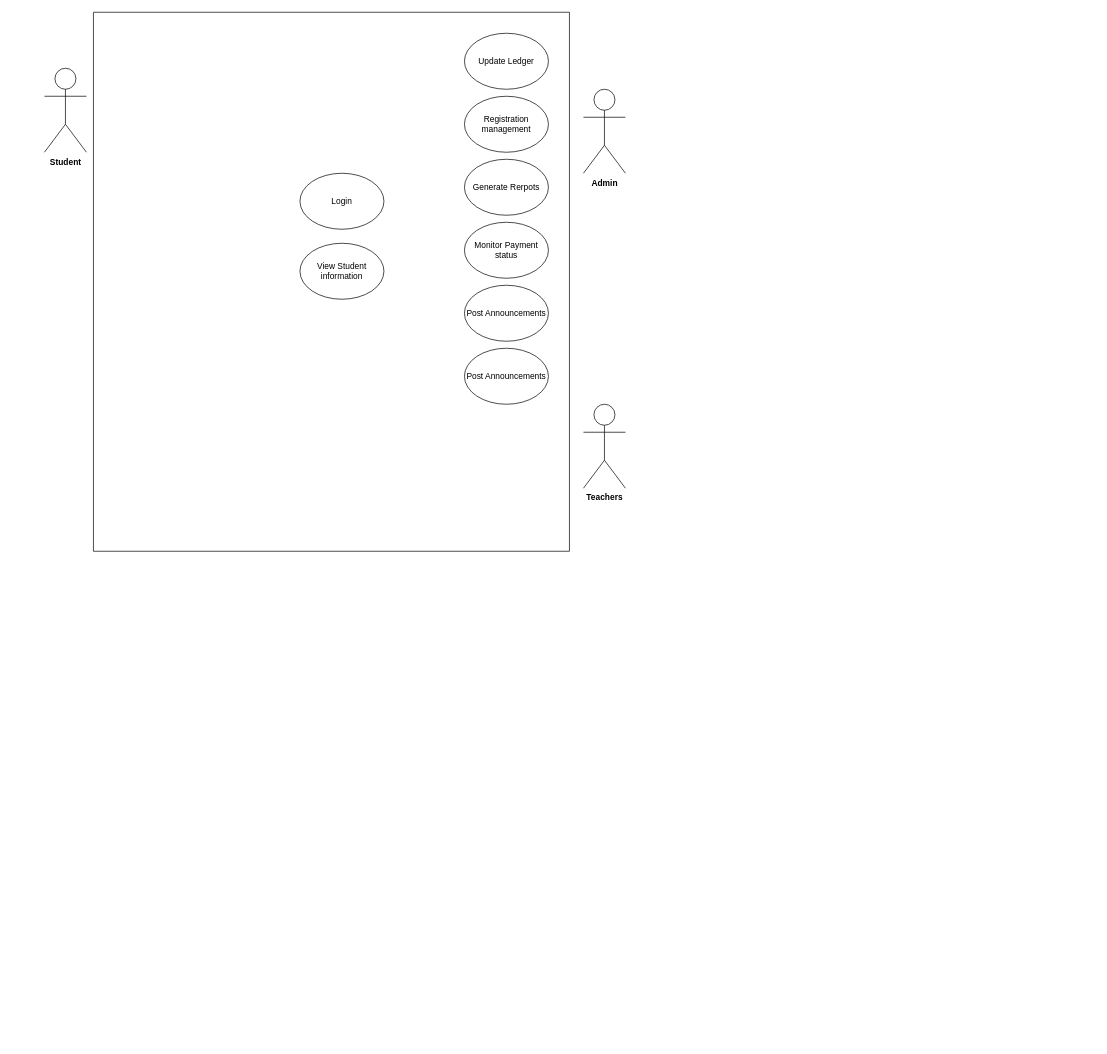
This is Untitled Diagram.drawio from 20231101501/Website-101, a draw.io file, before an edit. Source tidied: cells renumbered, new cells numbered last; positions are measured from the earlier drawing's top-left corner, leaving out a move shared by most shapes. Both pictures are drawn from the tidied source at 70%, with x=0, y=0 at pixel (44, 12).
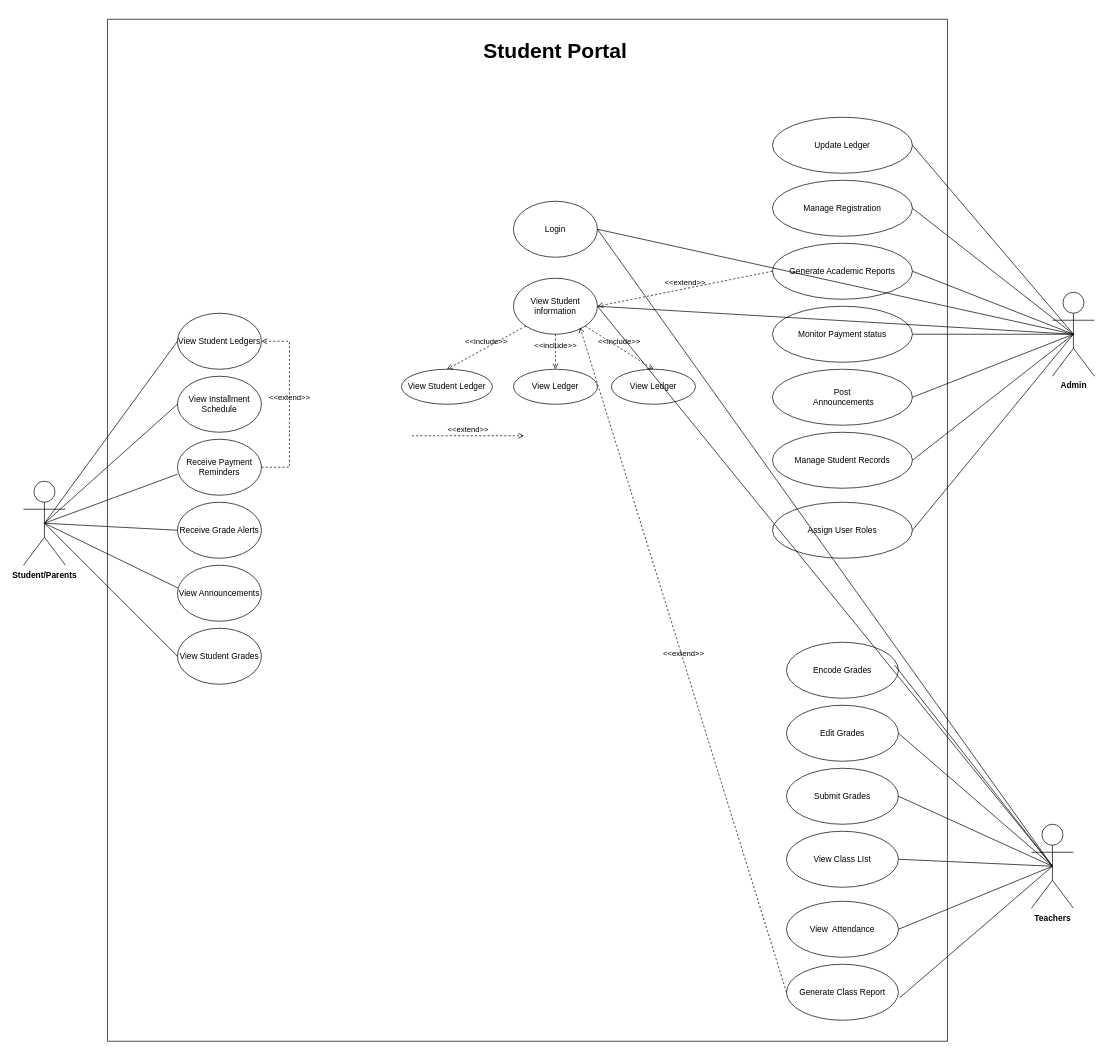
The same page after the edit.

The edit, as a diff of the source:
```diff
@@
-    <mxCell id="2" style="swimlane;startSize=0;" parent="1" vertex="1">
-      <mxGeometry x="70" width="680" height="770" as="geometry" />
+    <mxCell id="2" style="swimlane;startSize=0;labelBackgroundColor=none;fillColor=none;swimlaneLine=1;strokeColor=default;" parent="1" vertex="1">
+      <mxGeometry x="90" y="10" width="1200" height="1460" as="geometry" />
     </mxCell>
-    <mxCell id="3" value="Login" style="ellipse;whiteSpace=wrap;html=1;" parent="2" vertex="1">
-      <mxGeometry x="295" y="230" width="120" height="80" as="geometry" />
-    </mxCell>
-    <mxCell id="4" value="View Student information" style="ellipse;whiteSpace=wrap;html=1;" parent="2" vertex="1">
-      <mxGeometry x="295" y="330" width="120" height="80" as="geometry" />
-    </mxCell>
+    <mxCell id="14" value="&lt;font style=&quot;font-size: 30px;&quot;&gt;&lt;b&gt;Student Portal&lt;/b&gt;&lt;/font&gt;" style="text;html=1;whiteSpace=wrap;strokeColor=none;fillColor=none;align=center;verticalAlign=middle;rounded=0;" parent="2" vertex="1">
+      <mxGeometry x="520" y="30" width="240" height="30" as="geometry" />
+    </mxCell>
+    <mxCell id="15" style="group;" parent="2" vertex="1">
+      <mxGeometry x="950" y="140" width="200" height="630" as="geometry" />
+    </mxCell>
-    <mxCell id="5" value="Update Ledger" style="ellipse;whiteSpace=wrap;html=1;" parent="2" vertex="1">
-      <mxGeometry x="530" y="30" width="120" height="80" as="geometry" />
+    <mxCell id="5" value="Update Ledger" style="ellipse;whiteSpace=wrap;html=1;" parent="15" vertex="1">
+      <mxGeometry width="200" height="80" as="geometry" />
     </mxCell>
-    <mxCell id="6" value="Registration management" style="ellipse;whiteSpace=wrap;html=1;" parent="2" vertex="1">
-      <mxGeometry x="530" y="120" width="120" height="80" as="geometry" />
+    <mxCell id="6" value="Manage Registration" style="ellipse;whiteSpace=wrap;html=1;" parent="15" vertex="1">
+      <mxGeometry y="90" width="200" height="80" as="geometry" />
     </mxCell>
-    <mxCell id="7" value="Generate Rerpots" style="ellipse;whiteSpace=wrap;html=1;" parent="2" vertex="1">
-      <mxGeometry x="530" y="210" width="120" height="80" as="geometry" />
+    <mxCell id="7" value="Generate Academic Reports" style="ellipse;whiteSpace=wrap;html=1;" parent="15" vertex="1">
+      <mxGeometry y="180" width="200" height="80" as="geometry" />
     </mxCell>
-    <mxCell id="8" value="Monitor Payment status" style="ellipse;whiteSpace=wrap;html=1;" parent="2" vertex="1">
-      <mxGeometry x="530" y="300" width="120" height="80" as="geometry" />
+    <mxCell id="8" value="Monitor Payment status" style="ellipse;whiteSpace=wrap;html=1;" parent="15" vertex="1">
+      <mxGeometry y="270" width="200" height="80" as="geometry" />
     </mxCell>
-    <mxCell id="9" value="Post Announcements" style="ellipse;whiteSpace=wrap;html=1;" parent="2" vertex="1">
-      <mxGeometry x="530" y="390" width="120" height="80" as="geometry" />
+    <mxCell id="9" value="Post&lt;div&gt;&lt;span style=&quot;background-color: transparent; color: light-dark(rgb(0, 0, 0), rgb(255, 255, 255));&quot;&gt;&amp;nbsp;Announcements&lt;/span&gt;&lt;/div&gt;" style="ellipse;whiteSpace=wrap;html=1;" parent="15" vertex="1">
+      <mxGeometry y="360" width="200" height="80" as="geometry" />
     </mxCell>
-    <mxCell id="10" value="Post Announcements" style="ellipse;whiteSpace=wrap;html=1;" parent="2" vertex="1">
-      <mxGeometry x="530" y="480" width="120" height="80" as="geometry" />
+    <mxCell id="10" value="Manage Student Records" style="ellipse;whiteSpace=wrap;html=1;" parent="15" vertex="1">
+      <mxGeometry y="450" width="200" height="80" as="geometry" />
     </mxCell>
+    <mxCell id="16" value="Assign User Roles" style="ellipse;whiteSpace=wrap;html=1;" parent="15" vertex="1">
+      <mxGeometry y="550" width="200" height="80" as="geometry" />
+    </mxCell>
+    <mxCell id="17" style="group;" parent="2" vertex="1">
+      <mxGeometry x="580" y="260" width="120" height="190" as="geometry" />
+    </mxCell>
+    <mxCell id="3" value="Login" style="ellipse;whiteSpace=wrap;html=1;" parent="17" vertex="1">
+      <mxGeometry width="120" height="80" as="geometry" />
+    </mxCell>
+    <mxCell id="4" value="View Student information" style="ellipse;whiteSpace=wrap;html=1;" parent="17" vertex="1">
+      <mxGeometry y="110" width="120" height="80" as="geometry" />
+    </mxCell>
+    <mxCell id="18" style="group;" parent="2" vertex="1">
+      <mxGeometry x="970" y="890" width="160" height="540" as="geometry" />
+    </mxCell>
+    <mxCell id="19" value="View&amp;nbsp; Attendance" style="ellipse;whiteSpace=wrap;html=1;" parent="18" vertex="1">
+      <mxGeometry y="370" width="160" height="80" as="geometry" />
+    </mxCell>
+    <mxCell id="20" value="Generate Class Report" style="ellipse;whiteSpace=wrap;html=1;" parent="18" vertex="1">
+      <mxGeometry y="460" width="160" height="80" as="geometry" />
+    </mxCell>
+    <mxCell id="21" value="Edit Grades" style="ellipse;whiteSpace=wrap;html=1;" parent="18" vertex="1">
+      <mxGeometry y="90" width="160" height="80" as="geometry" />
+    </mxCell>
+    <mxCell id="22" value="Submit Grades" style="ellipse;whiteSpace=wrap;html=1;" parent="18" vertex="1">
+      <mxGeometry y="180" width="160" height="80" as="geometry" />
+    </mxCell>
+    <mxCell id="23" value="View Class LIst" style="ellipse;whiteSpace=wrap;html=1;" parent="18" vertex="1">
+      <mxGeometry y="270" width="160" height="80" as="geometry" />
+    </mxCell>
+    <mxCell id="24" value="Encode Grades" style="ellipse;whiteSpace=wrap;html=1;" parent="18" vertex="1">
+      <mxGeometry width="160" height="80" as="geometry" />
+    </mxCell>
+    <mxCell id="25" value="&amp;lt;&amp;lt;include&amp;gt;&amp;gt;" style="html=1;verticalAlign=bottom;labelBackgroundColor=none;endArrow=open;endFill=0;dashed=1;rounded=0;entryX=0.5;entryY=0;entryDx=0;entryDy=0;exitX=0;exitY=1;exitDx=0;exitDy=0;" parent="2" edge="1" source="4" target="27">
+      <mxGeometry relative="1" as="geometry" />
+    </mxCell>
+    <mxCell id="26" value="&amp;lt;&amp;lt;extend&amp;gt;&amp;gt;" style="html=1;verticalAlign=bottom;labelBackgroundColor=none;endArrow=open;endFill=0;dashed=1;rounded=0;" parent="2" edge="1">
+      <mxGeometry relative="1" as="geometry">
+        <mxPoint x="435" y="595" as="sourcePoint" />
+        <mxPoint x="595" y="595" as="targetPoint" />
+      </mxGeometry>
+    </mxCell>
+    <mxCell id="27" value="View Student Ledger" style="ellipse;whiteSpace=wrap;html=1;" parent="2" vertex="1">
+      <mxGeometry x="420" y="500" width="130" height="50" as="geometry" />
+    </mxCell>
+    <mxCell id="28" value="View Ledger" style="ellipse;whiteSpace=wrap;html=1;" parent="2" vertex="1">
+      <mxGeometry x="580" y="500" width="120" height="50" as="geometry" />
+    </mxCell>
+    <mxCell id="29" value="&amp;lt;&amp;lt;include&amp;gt;&amp;gt;" style="html=1;verticalAlign=bottom;labelBackgroundColor=none;endArrow=open;endFill=0;dashed=1;rounded=0;entryX=0.5;entryY=0;entryDx=0;entryDy=0;exitX=0.5;exitY=1;exitDx=0;exitDy=0;" parent="2" edge="1" source="4" target="28">
+      <mxGeometry relative="1" as="geometry" />
+    </mxCell>
+    <mxCell id="30" value="View Ledger" style="ellipse;whiteSpace=wrap;html=1;" parent="2" vertex="1">
+      <mxGeometry x="720" y="500" width="120" height="50" as="geometry" />
+    </mxCell>
+    <mxCell id="31" value="&amp;lt;&amp;lt;include&amp;gt;&amp;gt;" style="html=1;verticalAlign=bottom;labelBackgroundColor=none;endArrow=open;endFill=0;dashed=1;rounded=0;entryX=0.5;entryY=0;entryDx=0;entryDy=0;exitX=1;exitY=1;exitDx=0;exitDy=0;" parent="2" edge="1" source="4" target="30">
+      <mxGeometry relative="1" as="geometry" />
+    </mxCell>
+    <mxCell id="32" style="group;" parent="2" vertex="1">
+      <mxGeometry x="100" y="420" width="120" height="530" as="geometry" />
+    </mxCell>
+    <mxCell id="33" value="View Announcements" style="ellipse;whiteSpace=wrap;html=1;" parent="32" vertex="1">
+      <mxGeometry y="360" width="120" height="80" as="geometry" />
+    </mxCell>
+    <mxCell id="34" value="View Student Grades" style="ellipse;whiteSpace=wrap;html=1;" parent="32" vertex="1">
+      <mxGeometry y="450" width="120" height="80" as="geometry" />
+    </mxCell>
+    <mxCell id="35" value="View Installment Schedule" style="ellipse;whiteSpace=wrap;html=1;" parent="32" vertex="1">
+      <mxGeometry y="90" width="120" height="80" as="geometry" />
+    </mxCell>
+    <mxCell id="36" value="Receive Payment Reminders" style="ellipse;whiteSpace=wrap;html=1;" parent="32" vertex="1">
+      <mxGeometry y="180" width="120" height="80" as="geometry" />
+    </mxCell>
+    <mxCell id="37" value="Receive Grade Alerts" style="ellipse;whiteSpace=wrap;html=1;" parent="32" vertex="1">
+      <mxGeometry y="270" width="120" height="80" as="geometry" />
+    </mxCell>
+    <mxCell id="38" value="View Student Ledgers" style="ellipse;whiteSpace=wrap;html=1;" parent="32" vertex="1">
+      <mxGeometry width="120" height="80" as="geometry" />
+    </mxCell>
+    <mxCell id="39" value="&amp;lt;&amp;lt;extend&amp;gt;&amp;gt;" style="html=1;verticalAlign=bottom;labelBackgroundColor=none;endArrow=open;endFill=0;dashed=1;rounded=0;exitX=1;exitY=0.5;exitDx=0;exitDy=0;entryX=1;entryY=0.5;entryDx=0;entryDy=0;edgeStyle=orthogonalEdgeStyle;" parent="32" edge="1" source="36" target="38">
+      <mxGeometry relative="1" as="geometry">
+        <Array as="points">
+          <mxPoint x="160" y="220" />
+          <mxPoint x="160" y="40" />
+        </Array>
+      </mxGeometry>
+    </mxCell>
+    <mxCell id="40" value="&amp;lt;&amp;lt;extend&amp;gt;&amp;gt;" style="html=1;verticalAlign=bottom;labelBackgroundColor=none;endArrow=open;endFill=0;dashed=1;rounded=0;exitX=0;exitY=0.5;exitDx=0;exitDy=0;entryX=1;entryY=0.5;entryDx=0;entryDy=0;" parent="2" edge="1" source="7" target="4">
+      <mxGeometry relative="1" as="geometry" />
+    </mxCell>
+    <mxCell id="41" value="&amp;lt;&amp;lt;extend&amp;gt;&amp;gt;" style="html=1;verticalAlign=bottom;labelBackgroundColor=none;endArrow=open;endFill=0;dashed=1;rounded=0;exitX=0;exitY=0.5;exitDx=0;exitDy=0;" parent="2" edge="1" source="20">
+      <mxGeometry relative="1" as="geometry">
+        <mxPoint x="675" y="440" as="targetPoint" />
+      </mxGeometry>
+    </mxCell>
     <mxCell id="11" value="&lt;b&gt;Teachers&lt;/b&gt;" style="shape=umlActor;verticalLabelPosition=bottom;verticalAlign=top;html=1;outlineConnect=0;" parent="1" vertex="1">
-      <mxGeometry x="770" y="560" width="60" height="120" as="geometry" />
+      <mxGeometry x="1410" y="1160" width="60" height="120" as="geometry" />
     </mxCell>
     <mxCell id="12" value="&lt;b&gt;Admin&lt;/b&gt;" style="shape=umlActor;verticalLabelPosition=bottom;verticalAlign=top;html=1;outlineConnect=0;" parent="1" vertex="1">
-      <mxGeometry x="770" y="110" width="60" height="120" as="geometry" />
+      <mxGeometry x="1440" y="400" width="60" height="120" as="geometry" />
     </mxCell>
-    <mxCell id="13" value="&lt;b&gt;Student&lt;/b&gt;" style="shape=umlActor;verticalLabelPosition=bottom;verticalAlign=top;html=1;outlineConnect=0;" parent="1" vertex="1">
-      <mxGeometry y="80" width="60" height="120" as="geometry" />
+    <mxCell id="13" value="&lt;b&gt;Student/Parents&lt;/b&gt;" style="shape=umlActor;verticalLabelPosition=bottom;verticalAlign=top;html=1;outlineConnect=0;" parent="1" vertex="1">
+      <mxGeometry x="-30" y="670" width="60" height="120" as="geometry" />
     </mxCell>
+    <mxCell id="42" style="endArrow=none;html=1;rounded=0;entryX=0.5;entryY=0.5;entryDx=0;entryDy=0;entryPerimeter=0;exitX=1;exitY=0.5;exitDx=0;exitDy=0;" parent="1" edge="1" source="5" target="12">
+      <mxGeometry relative="1" as="geometry" />
+    </mxCell>
+    <mxCell id="43" style="endArrow=none;html=1;rounded=0;entryX=0.5;entryY=0.5;entryDx=0;entryDy=0;entryPerimeter=0;exitX=1;exitY=0.5;exitDx=0;exitDy=0;" parent="1" edge="1" source="6" target="12">
+      <mxGeometry relative="1" as="geometry" />
+    </mxCell>
+    <mxCell id="44" style="endArrow=none;html=1;rounded=0;exitX=1;exitY=0.5;exitDx=0;exitDy=0;entryX=0.5;entryY=0.5;entryDx=0;entryDy=0;entryPerimeter=0;" parent="1" edge="1" source="7" target="12">
+      <mxGeometry relative="1" as="geometry" />
+    </mxCell>
+    <mxCell id="45" style="endArrow=none;html=1;rounded=0;exitX=1;exitY=0.5;exitDx=0;exitDy=0;entryX=0.5;entryY=0.5;entryDx=0;entryDy=0;entryPerimeter=0;" parent="1" edge="1" source="8" target="12">
+      <mxGeometry relative="1" as="geometry" />
+    </mxCell>
+    <mxCell id="46" style="endArrow=none;html=1;rounded=0;exitX=1;exitY=0.5;exitDx=0;exitDy=0;entryX=0.5;entryY=0.5;entryDx=0;entryDy=0;entryPerimeter=0;" parent="1" edge="1" source="9" target="12">
+      <mxGeometry relative="1" as="geometry" />
+    </mxCell>
+    <mxCell id="47" style="endArrow=none;html=1;rounded=0;exitX=1;exitY=0.5;exitDx=0;exitDy=0;entryX=0.5;entryY=0.5;entryDx=0;entryDy=0;entryPerimeter=0;" parent="1" edge="1" source="10" target="12">
+      <mxGeometry relative="1" as="geometry" />
+    </mxCell>
+    <mxCell id="48" style="endArrow=none;html=1;rounded=0;exitX=1;exitY=0.5;exitDx=0;exitDy=0;entryX=0.5;entryY=0.5;entryDx=0;entryDy=0;entryPerimeter=0;" parent="1" edge="1" source="16" target="12">
+      <mxGeometry relative="1" as="geometry" />
+    </mxCell>
+    <mxCell id="49" style="endArrow=none;html=1;rounded=0;exitX=0.5;exitY=0.5;exitDx=0;exitDy=0;entryX=0.968;entryY=0.413;entryDx=0;entryDy=0;entryPerimeter=0;exitPerimeter=0;" parent="1" edge="1" source="11" target="24">
+      <mxGeometry relative="1" as="geometry" />
+    </mxCell>
+    <mxCell id="50" style="endArrow=none;html=1;rounded=0;exitX=1;exitY=0.5;exitDx=0;exitDy=0;entryX=0.5;entryY=0.5;entryDx=0;entryDy=0;entryPerimeter=0;" parent="1" edge="1" source="21" target="11">
+      <mxGeometry relative="1" as="geometry" />
+    </mxCell>
+    <mxCell id="51" style="endArrow=none;html=1;rounded=0;exitX=0.5;exitY=0.5;exitDx=0;exitDy=0;entryX=1;entryY=0.5;entryDx=0;entryDy=0;exitPerimeter=0;" parent="1" edge="1" source="11" target="22">
+      <mxGeometry relative="1" as="geometry" />
+    </mxCell>
+    <mxCell id="52" style="endArrow=none;html=1;rounded=0;exitX=1;exitY=0.5;exitDx=0;exitDy=0;entryX=0.5;entryY=0.5;entryDx=0;entryDy=0;entryPerimeter=0;" parent="1" edge="1" source="23" target="11">
+      <mxGeometry relative="1" as="geometry" />
+    </mxCell>
+    <mxCell id="53" style="endArrow=none;html=1;rounded=0;exitX=1;exitY=0.5;exitDx=0;exitDy=0;entryX=0.5;entryY=0.5;entryDx=0;entryDy=0;entryPerimeter=0;" parent="1" edge="1" source="19" target="11">
+      <mxGeometry relative="1" as="geometry" />
+    </mxCell>
+    <mxCell id="54" style="endArrow=none;html=1;rounded=0;exitX=1.01;exitY=0.6;exitDx=0;exitDy=0;entryX=0.5;entryY=0.5;entryDx=0;entryDy=0;entryPerimeter=0;exitPerimeter=0;" parent="1" edge="1" source="20" target="11">
+      <mxGeometry relative="1" as="geometry" />
+    </mxCell>
+    <mxCell id="55" style="endArrow=none;html=1;rounded=0;exitX=1;exitY=0.5;exitDx=0;exitDy=0;entryX=0.5;entryY=0.5;entryDx=0;entryDy=0;entryPerimeter=0;" parent="1" edge="1" source="3" target="12">
+      <mxGeometry relative="1" as="geometry" />
+    </mxCell>
+    <mxCell id="56" style="endArrow=none;html=1;rounded=0;exitX=1;exitY=0.5;exitDx=0;exitDy=0;entryX=0.5;entryY=0.5;entryDx=0;entryDy=0;entryPerimeter=0;" parent="1" edge="1" source="4" target="12">
+      <mxGeometry relative="1" as="geometry" />
+    </mxCell>
+    <mxCell id="57" style="endArrow=none;html=1;rounded=0;exitX=1;exitY=0.5;exitDx=0;exitDy=0;entryX=0.5;entryY=0.5;entryDx=0;entryDy=0;entryPerimeter=0;" parent="1" edge="1" source="3" target="11">
+      <mxGeometry relative="1" as="geometry" />
+    </mxCell>
+    <mxCell id="58" style="endArrow=none;html=1;rounded=0;exitX=1;exitY=0.5;exitDx=0;exitDy=0;entryX=0.5;entryY=0.5;entryDx=0;entryDy=0;entryPerimeter=0;" parent="1" edge="1" source="4" target="11">
+      <mxGeometry relative="1" as="geometry" />
+    </mxCell>
+    <mxCell id="59" style="endArrow=none;html=1;rounded=0;exitX=0.5;exitY=0.5;exitDx=0;exitDy=0;entryX=0;entryY=0.5;entryDx=0;entryDy=0;exitPerimeter=0;" parent="1" edge="1" source="13" target="35">
+      <mxGeometry relative="1" as="geometry" />
+    </mxCell>
+    <mxCell id="60" style="endArrow=none;html=1;rounded=0;exitX=0.5;exitY=0.5;exitDx=0;exitDy=0;exitPerimeter=0;" parent="1" edge="1" source="13">
+      <mxGeometry relative="1" as="geometry">
+        <mxPoint x="190" y="660" as="targetPoint" />
+      </mxGeometry>
+    </mxCell>
+    <mxCell id="61" style="endArrow=none;html=1;rounded=0;entryX=0;entryY=0.5;entryDx=0;entryDy=0;exitX=0.5;exitY=0.5;exitDx=0;exitDy=0;exitPerimeter=0;" parent="1" edge="1" source="13" target="37">
+      <mxGeometry relative="1" as="geometry" />
+    </mxCell>
+    <mxCell id="62" style="endArrow=none;html=1;rounded=0;exitX=0.5;exitY=0.5;exitDx=0;exitDy=0;entryX=0.006;entryY=0.406;entryDx=0;entryDy=0;entryPerimeter=0;exitPerimeter=0;" parent="1" edge="1" source="13" target="33">
+      <mxGeometry relative="1" as="geometry" />
+    </mxCell>
+    <mxCell id="63" style="endArrow=none;html=1;rounded=0;exitX=0.5;exitY=0.5;exitDx=0;exitDy=0;entryX=0;entryY=0.5;entryDx=0;entryDy=0;exitPerimeter=0;" parent="1" edge="1" source="13" target="34">
+      <mxGeometry relative="1" as="geometry" />
+    </mxCell>
+    <mxCell id="64" style="endArrow=none;html=1;rounded=0;exitX=0.5;exitY=0.5;exitDx=0;exitDy=0;exitPerimeter=0;entryX=0;entryY=0.5;entryDx=0;entryDy=0;" parent="1" edge="1" source="13" target="38">
+      <mxGeometry relative="1" as="geometry" />
+    </mxCell>
```
